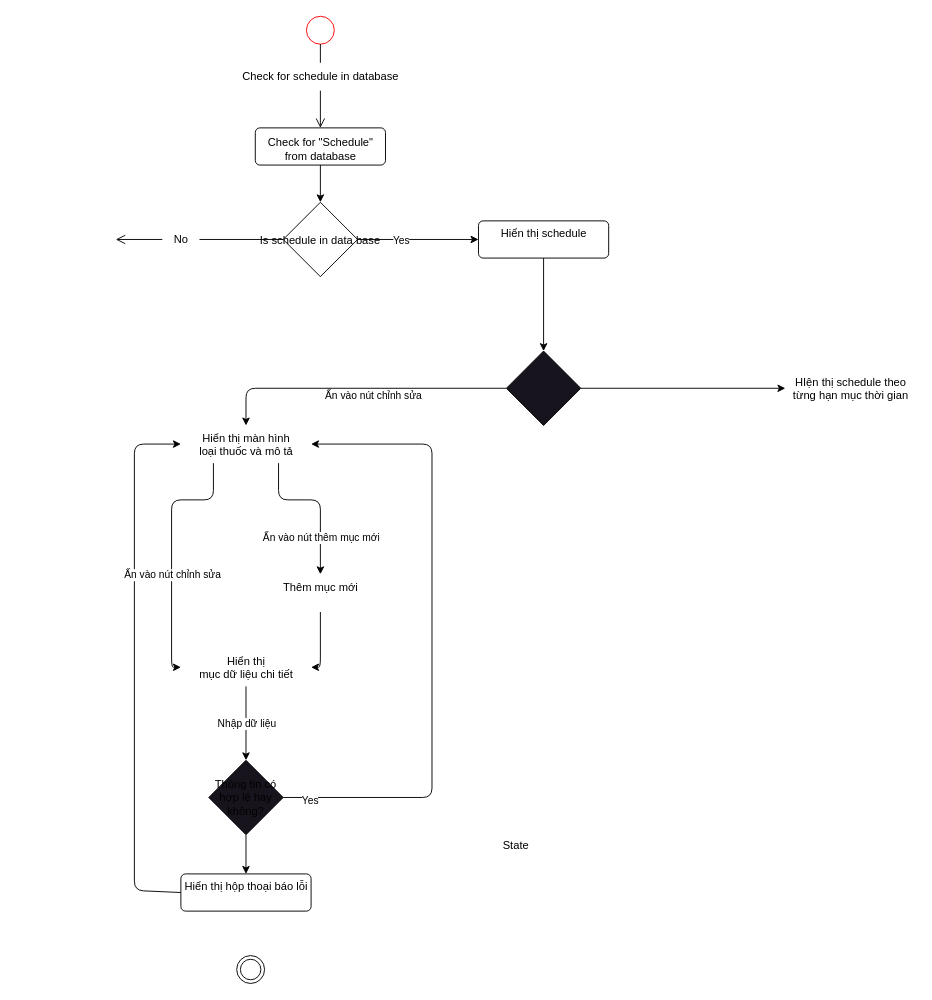
Above: page "Page-1" (1 of 4) of Activities diagram.drawio in TitaniumBull224/DATH_AI (draw.io), before the change. Source tidied: cells renumbered, new cells numbered last; positions are measured from the earlier drawing's top-left corner, leaving out a move shared by most shapes. Both pictures are drawn from the tidied source at 93%, with x=0, y=0 at pixel (22, 16).
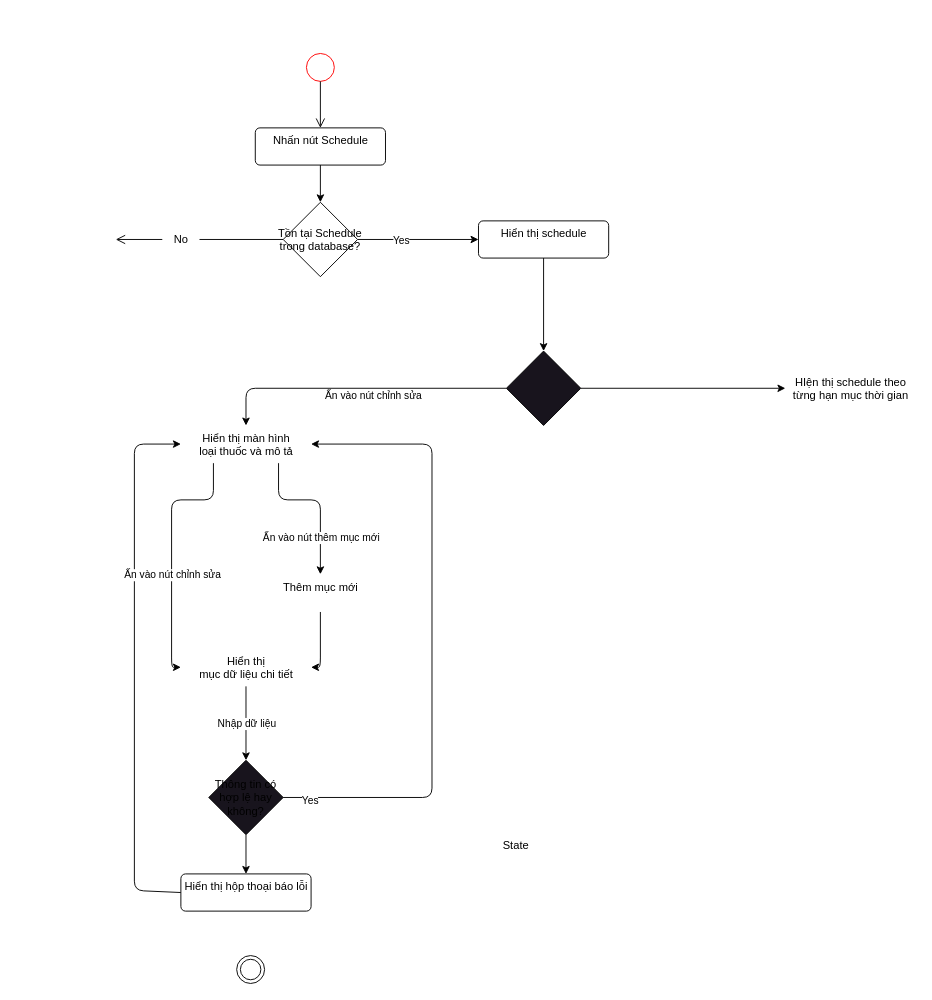
The same page after the edit.

Change to the diagram source:
```diff
@@
     <mxCell id="2" style="ellipse;strokeColor=#FF0000;" parent="1" vertex="1">
-      <mxGeometry x="305" width="30" height="30" as="geometry" />
+      <mxGeometry x="305" y="40" width="30" height="30" as="geometry" />
     </mxCell>
@@
-    <mxCell id="4" style="endArrow=open;startArrow=none;endFill=0;startFill=0;endSize=8;html=1;verticalAlign=bottom;labelBackgroundColor=none;strokeWidth=1;exitX=0.5;exitY=1;exitDx=0;exitDy=0;entryX=0.5;entryY=0;entryDx=0;entryDy=0;" parent="1" edge="1" source="17" target="6">
+    <mxCell id="4" style="endArrow=open;startArrow=none;endFill=0;startFill=0;endSize=8;html=1;verticalAlign=bottom;labelBackgroundColor=none;strokeWidth=1;exitX=0.5;exitY=1;exitDx=0;exitDy=0;entryX=0.5;entryY=0;entryDx=0;entryDy=0;" parent="1" edge="1" source="2" target="40">
       <mxGeometry relative="1" as="geometry" />
     </mxCell>
-    <mxCell id="5" style="edgeStyle=none;html=1;fontFamily=Helvetica;" parent="1" edge="1" source="6" target="9">
+    <mxCell id="5" style="edgeStyle=none;html=1;fontFamily=Helvetica;exitX=0.5;exitY=1;exitDx=0;exitDy=0;" parent="1" edge="1" source="40" target="9">
       <mxGeometry relative="1" as="geometry" />
     </mxCell>
-    <mxCell id="6" value="Check for &quot;Schedule&quot; &lt;br&gt;from database" style="html=1;align=center;verticalAlign=bottom;rounded=1;absoluteArcSize=1;arcSize=10;dashed=0;" parent="1" vertex="1">
-      <mxGeometry x="250" y="120" width="140" height="40" as="geometry" />
-    </mxCell>
@@
-    <mxCell id="9" value="Is schedule in data base" style="rhombus;fontFamily=Helvetica;" parent="1" vertex="1">
+    <mxCell id="9" value="Tồn tại Schedule &#10;trong database?" style="rhombus;fontFamily=Helvetica;" parent="1" vertex="1">
       <mxGeometry x="280" y="200" width="80" height="80" as="geometry" />
     </mxCell>
@@
-    <mxCell id="16" style="endArrow=none;startArrow=none;endFill=0;startFill=0;endSize=8;html=1;verticalAlign=bottom;labelBackgroundColor=none;strokeWidth=1;exitX=0.5;exitY=1;exitDx=0;exitDy=0;entryX=0.5;entryY=0;entryDx=0;entryDy=0;" parent="1" edge="1" source="2" target="17">
-      <mxGeometry relative="1" as="geometry" />
-    </mxCell>
-    <mxCell id="17" value="Check for schedule in database" style="text;html=1;align=center;verticalAlign=middle;points=[];strokeColor=none;fillColor=none;" parent="1" vertex="1">
-      <mxGeometry x="225" y="50" width="190" height="30" as="geometry" />
-    </mxCell>
@@
+    <mxCell id="40" value="Nhấn nút Schedule" style="html=1;align=center;verticalAlign=top;rounded=1;absoluteArcSize=1;arcSize=10;dashed=0;" parent="1" vertex="1">
+      <mxGeometry x="250" y="120" width="140" height="40" as="geometry" />
+    </mxCell>
```
